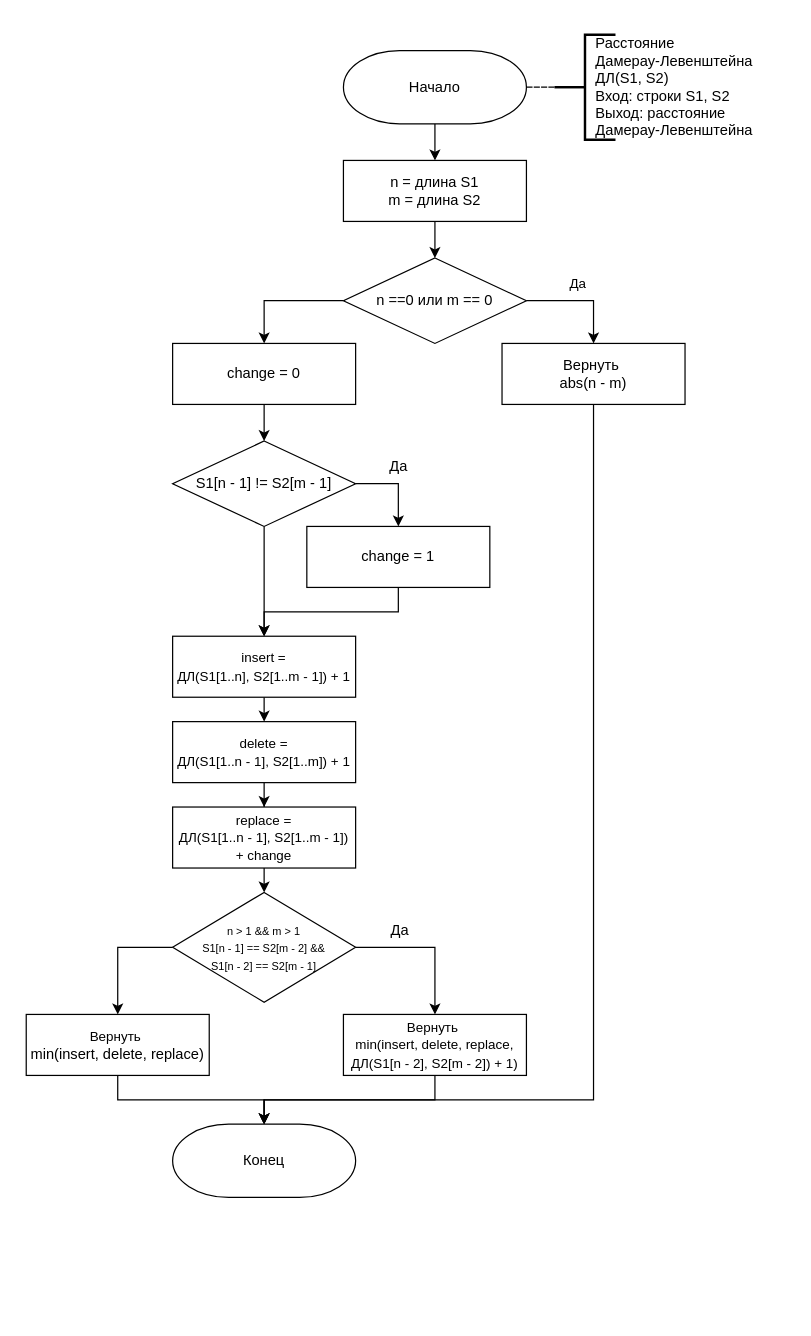
Mansurow/bmstu-iu7-5sem-AA keeps this draw.io diagram as page "Д.-Л. Рекурсия" (2 of 5) of lab_01/docs/img/algoritms.drawio. Above is the earlier version. Source tidied: cells renumbered, new cells numbered last; positions are measured from the earlier drawing's top-left corner, leaving out a move shared by most shapes. Both pictures are drawn from the tidied source at 122%, with x=0, y=0 at pixel (26, 27).
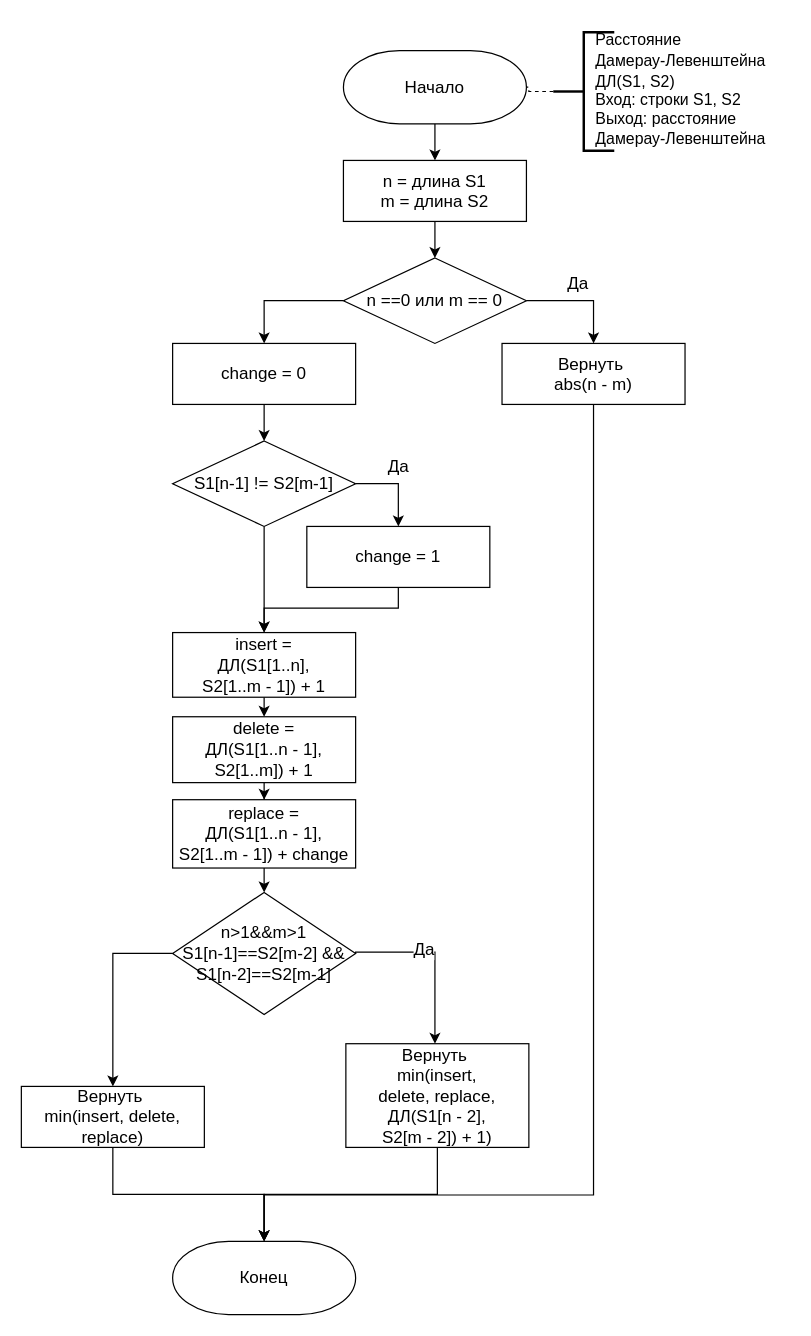
Above is the later version.

Change to the diagram source:
```diff
@@
-    <mxCell id="2" style="edgeStyle=orthogonalEdgeStyle;rounded=0;jettySize=auto;html=1;" parent="1" edge="1" source="3" target="5">
+    <mxCell id="2" style="edgeStyle=orthogonalEdgeStyle;rounded=0;jettySize=auto;html=1;fontSize=14;" parent="1" edge="1" source="3" target="5">
       <mxGeometry relative="1" as="geometry" />
     </mxCell>
-    <mxCell id="3" value="Начало" style="strokeWidth=1;html=1;shape=mxgraph.flowchart.terminator;whiteSpace=wrap;" parent="1" vertex="1">
+    <mxCell id="3" value="Начало" style="strokeWidth=1;html=1;shape=mxgraph.flowchart.terminator;whiteSpace=wrap;fontSize=14;" parent="1" vertex="1">
       <mxGeometry x="260" y="19" width="150" height="60" as="geometry" />
     </mxCell>
-    <mxCell id="4" style="edgeStyle=orthogonalEdgeStyle;rounded=0;jettySize=auto;html=1;exitX=0.5;exitY=1;exitDx=0;exitDy=0;entryX=0.5;entryY=0;entryDx=0;entryDy=0;" parent="1" edge="1" source="5" target="9">
+    <mxCell id="4" style="edgeStyle=orthogonalEdgeStyle;rounded=0;jettySize=auto;html=1;exitX=0.5;exitY=1;exitDx=0;exitDy=0;entryX=0.5;entryY=0;entryDx=0;entryDy=0;fontSize=14;" parent="1" edge="1" source="5" target="9">
       <mxGeometry relative="1" as="geometry" />
     </mxCell>
-    <mxCell id="5" value="n = длина S1&lt;br&gt;m = длина S2" style="rounded=0;whiteSpace=wrap;html=1;absoluteArcSize=1;arcSize=14;strokeWidth=1;" parent="1" vertex="1">
+    <mxCell id="5" value="n = длина S1&lt;br style=&quot;font-size: 14px;&quot;&gt;m = длина S2" style="rounded=0;whiteSpace=wrap;html=1;absoluteArcSize=1;arcSize=14;strokeWidth=1;fontSize=14;" parent="1" vertex="1">
       <mxGeometry x="260" y="109" width="150" height="50" as="geometry" />
     </mxCell>
-    <mxCell id="6" style="edgeStyle=orthogonalEdgeStyle;rounded=0;jettySize=auto;html=1;exitX=1;exitY=0.5;exitDx=0;exitDy=0;" parent="1" edge="1" source="9" target="11">
+    <mxCell id="6" style="edgeStyle=orthogonalEdgeStyle;rounded=0;jettySize=auto;html=1;exitX=1;exitY=0.5;exitDx=0;exitDy=0;fontSize=14;" parent="1" edge="1" source="9" target="11">
       <mxGeometry relative="1" as="geometry" />
     </mxCell>
-    <mxCell id="7" value="Да" style="edgeLabel;html=1;align=center;verticalAlign=middle;" parent="6" vertex="1">
+    <mxCell id="7" value="Да" style="edgeLabel;html=1;align=center;verticalAlign=middle;fontSize=14;" parent="6" vertex="1">
       <mxGeometry x="-0.07" y="-2" relative="1" as="geometry">
         <mxPoint x="-1" y="-17" as="offset" />
       </mxGeometry>
     </mxCell>
-    <mxCell id="8" style="edgeStyle=orthogonalEdgeStyle;rounded=0;jettySize=auto;html=1;entryX=0.5;entryY=0;entryDx=0;entryDy=0;" parent="1" edge="1" source="9" target="17">
+    <mxCell id="8" style="edgeStyle=orthogonalEdgeStyle;rounded=0;jettySize=auto;html=1;entryX=0.5;entryY=0;entryDx=0;entryDy=0;fontSize=14;" parent="1" edge="1" source="9" target="17">
       <mxGeometry relative="1" as="geometry">
         <Array as="points">
           <mxPoint x="195" y="224" />
         </Array>
       </mxGeometry>
     </mxCell>
-    <mxCell id="9" value="n ==0 или m == 0" style="rhombus;whiteSpace=wrap;html=1;strokeWidth=1;" parent="1" vertex="1">
+    <mxCell id="9" value="n ==0 или m == 0" style="rhombus;whiteSpace=wrap;html=1;strokeWidth=1;fontSize=14;" parent="1" vertex="1">
       <mxGeometry x="260" y="189" width="150" height="70" as="geometry" />
     </mxCell>
-    <mxCell id="10" style="edgeStyle=orthogonalEdgeStyle;rounded=0;jettySize=auto;html=1;exitX=0.5;exitY=1;exitDx=0;exitDy=0;entryX=0.5;entryY=0;entryDx=0;entryDy=0;entryPerimeter=0;fontSize=9;" parent="1" edge="1" source="11" target="34">
+    <mxCell id="10" style="edgeStyle=orthogonalEdgeStyle;rounded=0;jettySize=auto;html=1;exitX=0.5;exitY=1;exitDx=0;exitDy=0;entryX=0.5;entryY=0;entryDx=0;entryDy=0;entryPerimeter=0;fontSize=14;" parent="1" edge="1" source="11" target="34">
       <mxGeometry relative="1" as="geometry">
         <Array as="points">
-          <mxPoint x="465" y="879" />
-          <mxPoint x="195" y="879" />
+          <mxPoint x="465" y="957" />
+          <mxPoint x="195" y="957" />
         </Array>
       </mxGeometry>
     </mxCell>
-    <mxCell id="11" value="Вернуть&amp;nbsp;&lt;br&gt;abs(n - m)" style="rounded=0;whiteSpace=wrap;html=1;absoluteArcSize=1;arcSize=14;strokeWidth=1;" parent="1" vertex="1">
+    <mxCell id="11" value="Вернуть&amp;nbsp;&lt;br style=&quot;font-size: 14px;&quot;&gt;abs(n - m)" style="rounded=0;whiteSpace=wrap;html=1;absoluteArcSize=1;arcSize=14;strokeWidth=1;fontSize=14;" parent="1" vertex="1">
       <mxGeometry x="390" y="259" width="150" height="50" as="geometry" />
     </mxCell>
-    <mxCell id="12" style="edgeStyle=orthogonalEdgeStyle;rounded=0;jettySize=auto;html=1;exitX=1;exitY=0.5;exitDx=0;exitDy=0;" parent="1" edge="1" source="15" target="19">
+    <mxCell id="12" style="edgeStyle=orthogonalEdgeStyle;rounded=0;jettySize=auto;html=1;exitX=1;exitY=0.5;exitDx=0;exitDy=0;fontSize=14;" parent="1" edge="1" source="15" target="19">
       <mxGeometry relative="1" as="geometry" />
     </mxCell>
-    <mxCell id="13" value="&lt;font style=&quot;font-size: 12px;&quot;&gt;Да&lt;/font&gt;" style="edgeLabel;html=1;align=center;verticalAlign=middle;" parent="12" vertex="1">
+    <mxCell id="13" value="&lt;font style=&quot;font-size: 14px;&quot;&gt;Да&lt;/font&gt;" style="edgeLabel;html=1;align=center;verticalAlign=middle;fontSize=14;" parent="12" vertex="1">
       <mxGeometry x="-0.18" y="-2" relative="1" as="geometry">
         <mxPoint x="5" y="-17" as="offset" />
       </mxGeometry>
     </mxCell>
-    <mxCell id="14" style="edgeStyle=orthogonalEdgeStyle;rounded=0;jettySize=auto;html=1;exitX=0.5;exitY=1;exitDx=0;exitDy=0;entryX=0.5;entryY=0;entryDx=0;entryDy=0;fontSize=11;" parent="1" edge="1" source="15" target="25">
+    <mxCell id="14" style="edgeStyle=orthogonalEdgeStyle;rounded=0;jettySize=auto;html=1;exitX=0.5;exitY=1;exitDx=0;exitDy=0;entryX=0.5;entryY=0;entryDx=0;entryDy=0;fontSize=14;" parent="1" edge="1" source="15" target="25">
       <mxGeometry relative="1" as="geometry" />
     </mxCell>
-    <mxCell id="15" value="S1[n - 1] != S2[m - 1]" style="rhombus;whiteSpace=wrap;html=1;strokeWidth=1;" parent="1" vertex="1">
+    <mxCell id="15" value="S1[n-1] != S2[m-1]" style="rhombus;whiteSpace=wrap;html=1;strokeWidth=1;fontSize=14;" parent="1" vertex="1">
       <mxGeometry x="120" y="339" width="150" height="70" as="geometry" />
     </mxCell>
-    <mxCell id="16" style="edgeStyle=orthogonalEdgeStyle;rounded=0;jettySize=auto;html=1;exitX=0.5;exitY=1;exitDx=0;exitDy=0;" parent="1" edge="1" source="17" target="15">
+    <mxCell id="16" style="edgeStyle=orthogonalEdgeStyle;rounded=0;jettySize=auto;html=1;exitX=0.5;exitY=1;exitDx=0;exitDy=0;fontSize=14;" parent="1" edge="1" source="17" target="15">
       <mxGeometry relative="1" as="geometry" />
     </mxCell>
-    <mxCell id="17" value="change = 0" style="rounded=0;whiteSpace=wrap;html=1;absoluteArcSize=1;arcSize=14;strokeWidth=1;" parent="1" vertex="1">
+    <mxCell id="17" value="change = 0" style="rounded=0;whiteSpace=wrap;html=1;absoluteArcSize=1;arcSize=14;strokeWidth=1;fontSize=14;" parent="1" vertex="1">
       <mxGeometry x="120" y="259" width="150" height="50" as="geometry" />
     </mxCell>
-    <mxCell id="18" style="edgeStyle=orthogonalEdgeStyle;rounded=0;jettySize=auto;html=1;exitX=0.5;exitY=1;exitDx=0;exitDy=0;entryX=0.5;entryY=0;entryDx=0;entryDy=0;fontSize=11;" parent="1" edge="1" source="19" target="25">
-      <mxGeometry relative="1" as="geometry" />
+    <mxCell id="18" style="edgeStyle=orthogonalEdgeStyle;rounded=0;jettySize=auto;html=1;exitX=0.5;exitY=1;exitDx=0;exitDy=0;entryX=0.5;entryY=0;entryDx=0;entryDy=0;fontSize=14;" parent="1" edge="1" source="19" target="25">
+      <mxGeometry relative="1" as="geometry">
+        <Array as="points">
+          <mxPoint x="305" y="476" />
+          <mxPoint x="195" y="476" />
+        </Array>
+      </mxGeometry>
     </mxCell>
-    <mxCell id="19" value="change = 1" style="rounded=0;whiteSpace=wrap;html=1;absoluteArcSize=1;arcSize=14;strokeWidth=1;" parent="1" vertex="1">
+    <mxCell id="19" value="change = 1" style="rounded=0;whiteSpace=wrap;html=1;absoluteArcSize=1;arcSize=14;strokeWidth=1;fontSize=14;" parent="1" vertex="1">
       <mxGeometry x="230" y="409" width="150" height="50" as="geometry" />
     </mxCell>
-    <mxCell id="20" style="edgeStyle=orthogonalEdgeStyle;rounded=0;jettySize=auto;html=1;exitX=0;exitY=0.5;exitDx=0;exitDy=0;fontSize=9;" parent="1" edge="1" source="23" target="31">
+    <mxCell id="20" style="edgeStyle=orthogonalEdgeStyle;rounded=0;jettySize=auto;html=1;exitX=0;exitY=0.5;exitDx=0;exitDy=0;fontSize=14;" parent="1" edge="1" source="23" target="31">
       <mxGeometry relative="1" as="geometry" />
     </mxCell>
-    <mxCell id="21" style="edgeStyle=orthogonalEdgeStyle;rounded=0;jettySize=auto;html=1;exitX=1;exitY=0.5;exitDx=0;exitDy=0;fontSize=9;" parent="1" edge="1" source="23" target="33">
-      <mxGeometry relative="1" as="geometry" />
+    <mxCell id="21" style="edgeStyle=orthogonalEdgeStyle;rounded=0;jettySize=auto;html=1;exitX=1;exitY=0.5;exitDx=0;exitDy=0;fontSize=14;" parent="1" edge="1" source="23" target="33">
+      <mxGeometry relative="1" as="geometry">
+        <Array as="points">
+          <mxPoint x="335" y="758" />
+        </Array>
+      </mxGeometry>
     </mxCell>
-    <mxCell id="22" value="&lt;font style=&quot;font-size: 12px;&quot;&gt;Да&lt;/font&gt;" style="edgeLabel;html=1;align=center;verticalAlign=middle;fontSize=9;" parent="21" vertex="1">
+    <mxCell id="22" value="&lt;font style=&quot;font-size: 14px;&quot;&gt;Да&lt;/font&gt;" style="edgeLabel;html=1;align=center;verticalAlign=middle;fontSize=14;" parent="21" vertex="1">
       <mxGeometry x="-0.41" y="1" relative="1" as="geometry">
-        <mxPoint y="-14" as="offset" />
+        <mxPoint x="14" y="-2" as="offset" />
       </mxGeometry>
     </mxCell>
-    <mxCell id="23" value="&lt;font style=&quot;font-size: 9px; line-height: 1.2;&quot;&gt;n &amp;gt; 1 &amp;amp;&amp;amp; m &amp;gt; 1&lt;br&gt;S1[n - 1] == S2[m - 2] &amp;amp;&amp;amp;&lt;br&gt;S1[n - 2] == S2[m - 1]&lt;/font&gt;" style="rhombus;whiteSpace=wrap;html=1;strokeWidth=1;" parent="1" vertex="1">
-      <mxGeometry x="120" y="709" width="150" height="90" as="geometry" />
+    <mxCell id="23" value="&lt;font style=&quot;font-size: 14px; line-height: 1.2;&quot;&gt;n&amp;gt;1&amp;amp;&amp;amp;m&amp;gt;1&lt;br style=&quot;&quot;&gt;S1[n-1]==S2[m-2] &amp;amp;&amp;amp;&lt;br style=&quot;&quot;&gt;S1[n-2]==S2[m-1]&lt;/font&gt;" style="rhombus;whiteSpace=wrap;html=1;strokeWidth=1;fontSize=14;" parent="1" vertex="1">
+      <mxGeometry x="120" y="709" width="150" height="100" as="geometry" />
     </mxCell>
-    <mxCell id="24" style="edgeStyle=orthogonalEdgeStyle;rounded=0;jettySize=auto;html=1;exitX=0.5;exitY=1;exitDx=0;exitDy=0;entryX=0.5;entryY=0;entryDx=0;entryDy=0;fontSize=11;" parent="1" edge="1" source="25" target="27">
+    <mxCell id="24" style="edgeStyle=orthogonalEdgeStyle;rounded=0;jettySize=auto;html=1;exitX=0.5;exitY=1;exitDx=0;exitDy=0;entryX=0.5;entryY=0;entryDx=0;entryDy=0;fontSize=14;" parent="1" edge="1" source="25" target="27">
       <mxGeometry relative="1" as="geometry" />
     </mxCell>
-    <mxCell id="25" value="&lt;font style=&quot;font-size: 11px;&quot;&gt;insert = &lt;br&gt;ДЛ(S1[1..n], S2[1..m - 1]) + 1&lt;/font&gt;" style="rounded=0;whiteSpace=wrap;html=1;absoluteArcSize=1;arcSize=14;strokeWidth=1;" parent="1" vertex="1">
-      <mxGeometry x="120" y="499" width="150" height="50" as="geometry" />
+    <mxCell id="25" value="&lt;font style=&quot;font-size: 14px;&quot;&gt;insert = &lt;br style=&quot;font-size: 14px;&quot;&gt;ДЛ(S1[1..n], &lt;br&gt;S2[1..m - 1]) + 1&lt;/font&gt;" style="rounded=0;whiteSpace=wrap;html=1;absoluteArcSize=1;arcSize=14;strokeWidth=1;fontSize=14;" parent="1" vertex="1">
+      <mxGeometry x="120" y="496" width="150" height="53" as="geometry" />
     </mxCell>
-    <mxCell id="26" style="edgeStyle=orthogonalEdgeStyle;rounded=0;jettySize=auto;html=1;entryX=0.5;entryY=0;entryDx=0;entryDy=0;fontSize=11;" parent="1" edge="1" source="27" target="29">
+    <mxCell id="26" style="edgeStyle=orthogonalEdgeStyle;rounded=0;jettySize=auto;html=1;entryX=0.5;entryY=0;entryDx=0;entryDy=0;fontSize=14;" parent="1" edge="1" source="27" target="29">
       <mxGeometry relative="1" as="geometry" />
     </mxCell>
-    <mxCell id="27" value="&lt;font style=&quot;font-size: 11px;&quot;&gt;delete = &lt;br&gt;ДЛ(S1[1..n - 1], S2[1..m]) + 1&lt;/font&gt;" style="rounded=0;whiteSpace=wrap;html=1;absoluteArcSize=1;arcSize=14;strokeWidth=1;" parent="1" vertex="1">
-      <mxGeometry x="120" y="569" width="150" height="50" as="geometry" />
+    <mxCell id="27" value="&lt;font style=&quot;font-size: 14px;&quot;&gt;delete = &lt;br style=&quot;font-size: 14px;&quot;&gt;ДЛ(S1[1..n - 1], S2[1..m]) + 1&lt;/font&gt;" style="rounded=0;whiteSpace=wrap;html=1;absoluteArcSize=1;arcSize=14;strokeWidth=1;fontSize=14;" parent="1" vertex="1">
+      <mxGeometry x="120" y="565" width="150" height="54" as="geometry" />
     </mxCell>
-    <mxCell id="28" style="edgeStyle=orthogonalEdgeStyle;rounded=0;jettySize=auto;html=1;exitX=0.5;exitY=1;exitDx=0;exitDy=0;entryX=0.5;entryY=0;entryDx=0;entryDy=0;fontSize=11;" parent="1" edge="1" source="29" target="23">
+    <mxCell id="28" style="edgeStyle=orthogonalEdgeStyle;rounded=0;jettySize=auto;html=1;exitX=0.5;exitY=1;exitDx=0;exitDy=0;entryX=0.5;entryY=0;entryDx=0;entryDy=0;fontSize=14;" parent="1" edge="1" source="29" target="23">
       <mxGeometry relative="1" as="geometry" />
     </mxCell>
-    <mxCell id="29" value="&lt;font style=&quot;font-size: 11px;&quot;&gt;replace = &lt;br&gt;ДЛ(S1[1..n - 1], S2[1..m - 1]) + change&lt;/font&gt;" style="rounded=0;whiteSpace=wrap;html=1;absoluteArcSize=1;arcSize=14;strokeWidth=1;" parent="1" vertex="1">
-      <mxGeometry x="120" y="639" width="150" height="50" as="geometry" />
+    <mxCell id="29" value="&lt;font style=&quot;font-size: 14px;&quot;&gt;replace = &lt;br style=&quot;font-size: 14px;&quot;&gt;ДЛ(S1[1..n - 1], &lt;br&gt;S2[1..m - 1]) + change&lt;/font&gt;" style="rounded=0;whiteSpace=wrap;html=1;absoluteArcSize=1;arcSize=14;strokeWidth=1;fontSize=14;" parent="1" vertex="1">
+      <mxGeometry x="120" y="633" width="150" height="56" as="geometry" />
     </mxCell>
-    <mxCell id="30" style="edgeStyle=orthogonalEdgeStyle;rounded=0;jettySize=auto;html=1;exitX=0.5;exitY=1;exitDx=0;exitDy=0;fontSize=9;" parent="1" edge="1" source="31" target="34">
+    <mxCell id="30" style="edgeStyle=orthogonalEdgeStyle;rounded=0;jettySize=auto;html=1;exitX=0.5;exitY=1;exitDx=0;exitDy=0;fontSize=14;" parent="1" edge="1" source="31" target="34">
       <mxGeometry relative="1" as="geometry" />
     </mxCell>
-    <mxCell id="31" value="&lt;span style=&quot;font-size: 11px;&quot;&gt;Вернуть&amp;nbsp;&lt;br&gt;&lt;/span&gt;min(insert, delete, replace)" style="rounded=0;whiteSpace=wrap;html=1;absoluteArcSize=1;arcSize=14;strokeWidth=1;" parent="1" vertex="1">
-      <mxGeometry y="809" width="150" height="50" as="geometry" />
+    <mxCell id="31" value="&lt;span style=&quot;font-size: 14px;&quot;&gt;Вернуть&amp;nbsp;&lt;br style=&quot;font-size: 14px;&quot;&gt;&lt;/span&gt;min(insert, delete, replace)" style="rounded=0;whiteSpace=wrap;html=1;absoluteArcSize=1;arcSize=14;strokeWidth=1;fontSize=14;" parent="1" vertex="1">
+      <mxGeometry x="-4" y="868" width="150" height="50" as="geometry" />
     </mxCell>
-    <mxCell id="32" style="edgeStyle=orthogonalEdgeStyle;rounded=0;jettySize=auto;html=1;exitX=0.5;exitY=1;exitDx=0;exitDy=0;fontSize=9;" parent="1" edge="1" source="33" target="34">
+    <mxCell id="32" style="edgeStyle=orthogonalEdgeStyle;rounded=0;jettySize=auto;html=1;exitX=0.5;exitY=1;exitDx=0;exitDy=0;fontSize=14;" parent="1" edge="1" source="33" target="34">
       <mxGeometry relative="1" as="geometry" />
     </mxCell>
-    <mxCell id="33" value="&lt;font style=&quot;font-size: 11px;&quot;&gt;Вернуть&amp;nbsp;&lt;br&gt;min(insert, delete, replace,&lt;br&gt;ДЛ(S1[n - 2], S2[m - 2]) + 1)&lt;/font&gt;" style="rounded=0;whiteSpace=wrap;html=1;absoluteArcSize=1;arcSize=14;strokeWidth=1;" parent="1" vertex="1">
-      <mxGeometry x="260" y="809" width="150" height="50" as="geometry" />
+    <mxCell id="33" value="&lt;font style=&quot;font-size: 14px;&quot;&gt;Вернуть&amp;nbsp;&lt;br style=&quot;font-size: 14px;&quot;&gt;min(insert, &lt;br&gt;delete, replace,&lt;br style=&quot;font-size: 14px;&quot;&gt;ДЛ(S1[n - 2], &lt;br&gt;S2[m - 2]) + 1)&lt;/font&gt;" style="rounded=0;whiteSpace=wrap;html=1;absoluteArcSize=1;arcSize=14;strokeWidth=1;fontSize=14;" parent="1" vertex="1">
+      <mxGeometry x="262" y="833" width="150" height="85" as="geometry" />
     </mxCell>
-    <mxCell id="34" value="Конец" style="strokeWidth=1;html=1;shape=mxgraph.flowchart.terminator;whiteSpace=wrap;" parent="1" vertex="1">
-      <mxGeometry x="120" y="899" width="150" height="60" as="geometry" />
+    <mxCell id="34" value="Конец" style="strokeWidth=1;html=1;shape=mxgraph.flowchart.terminator;whiteSpace=wrap;fontSize=14;" parent="1" vertex="1">
+      <mxGeometry x="120" y="995" width="150" height="60" as="geometry" />
     </mxCell>
-    <mxCell id="35" style="edgeStyle=orthogonalEdgeStyle;rounded=0;jettySize=auto;html=1;fontSize=11;dashed=1;endArrow=none;endFill=0;" parent="1" edge="1" source="36" target="3">
+    <mxCell id="35" style="edgeStyle=orthogonalEdgeStyle;rounded=0;jettySize=auto;html=1;fontSize=14;dashed=1;endArrow=none;endFill=0;" parent="1" edge="1" source="36" target="3">
       <mxGeometry relative="1" as="geometry" />
     </mxCell>
-    <mxCell id="36" style="strokeWidth=2;html=1;shape=mxgraph.flowchart.annotation_2;align=left;labelPosition=right;rounded=0;fontSize=11;" parent="1" vertex="1">
-      <mxGeometry x="433" y="6" width="50" height="86" as="geometry" />
+    <mxCell id="36" style="strokeWidth=2;html=1;shape=mxgraph.flowchart.annotation_2;align=left;labelPosition=right;rounded=0;fontSize=14;" parent="1" vertex="1">
+      <mxGeometry x="432" y="4" width="50" height="97" as="geometry" />
     </mxCell>
-    <mxCell id="37" value="&lt;span&gt;Расстояние &lt;br&gt;Дамерау-Левенштейна&amp;nbsp;&lt;br&gt;&lt;/span&gt;&lt;span style=&quot;background-color: initial;&quot;&gt;ДЛ(S1, S2)&lt;/span&gt;&lt;span&gt;&lt;br&gt;&lt;/span&gt;&lt;div&gt;Вход: строки S1, S2&lt;/div&gt;&lt;div&gt;Выход: расстояние&amp;nbsp;&lt;/div&gt;&lt;div&gt;Дамерау-Левенштейна&lt;/div&gt;" style="text;html=1;align=left;verticalAlign=middle;" parent="1" vertex="1">
-      <mxGeometry x="465" width="150" height="98" as="geometry" />
+    <mxCell id="37" value="&lt;font style=&quot;font-size: 13px;&quot;&gt;Расстояние &lt;br style=&quot;&quot;&gt;Дамерау-Левенштейна&amp;nbsp;&lt;br style=&quot;&quot;&gt;&lt;span style=&quot;background-color: initial;&quot;&gt;ДЛ(S1, S2)&lt;/span&gt;&lt;br style=&quot;&quot;&gt;&lt;/font&gt;&lt;div style=&quot;font-size: 13px;&quot;&gt;&lt;font style=&quot;font-size: 13px;&quot;&gt;Вход: строки S1, S2&lt;/font&gt;&lt;/div&gt;&lt;div style=&quot;font-size: 13px;&quot;&gt;&lt;font style=&quot;font-size: 13px;&quot;&gt;Выход: расстояние&amp;nbsp;&lt;/font&gt;&lt;/div&gt;&lt;div style=&quot;font-size: 13px;&quot;&gt;&lt;font style=&quot;font-size: 13px;&quot;&gt;Дамерау-Левенштейна&lt;/font&gt;&lt;/div&gt;" style="text;html=1;align=left;verticalAlign=middle;fontSize=14;" parent="1" vertex="1">
+      <mxGeometry x="465" y="-5" width="161" height="109" as="geometry" />
     </mxCell>
```
